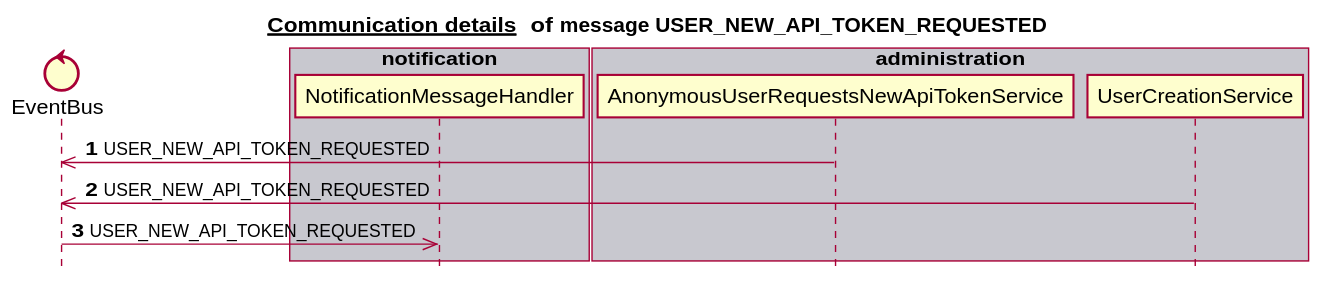
Before: docs/latest/images/gen_domain_messaging_user_new_api_token_requested.svg, a diagram exported from PlantUML (mercedes-benz/sechub).
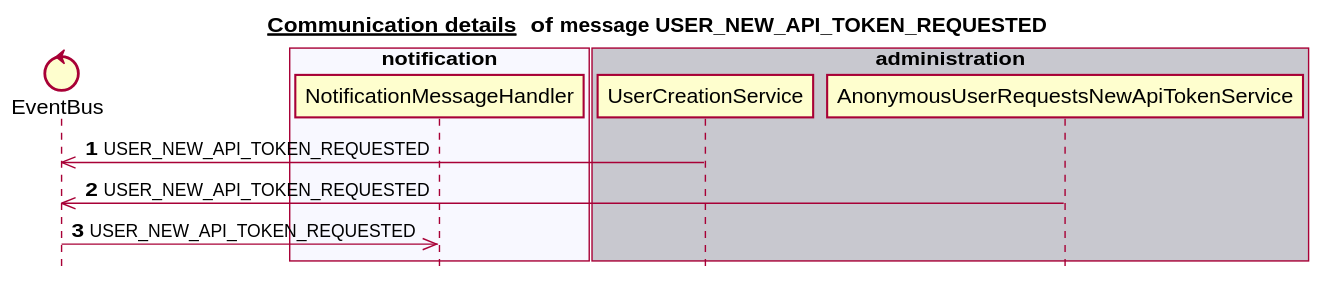
Above is the later version.

Change to the diagram source:
```diff
@@ -6,22 +6,22 @@
 
 
 control EventBus
-box "notification" #C8C8CF
-   participant NotificationMessageHandler
-end box
-box "authorization" #F8F8FF
-end box
-box "administration" #C8C8CF
-   participant AnonymousUserRequestsNewApiTokenService
-   participant UserCreationService
+box "scan" #C8C8CF
 end box
 box "schedule" #F8F8FF
 end box
-box "scan" #C8C8CF
+box "authorization" #C8C8CF
+end box
+box "notification" #F8F8FF
+   participant NotificationMessageHandler
+end box
+box "administration" #C8C8CF
+   participant UserCreationService
+   participant AnonymousUserRequestsNewApiTokenService
 end box
 autonumber 1
+UserCreationService ->> EventBus:USER_NEW_API_TOKEN_REQUESTED
 AnonymousUserRequestsNewApiTokenService ->> EventBus:USER_NEW_API_TOKEN_REQUESTED
-UserCreationService ->> EventBus:USER_NEW_API_TOKEN_REQUESTED
 EventBus ->> NotificationMessageHandler:USER_NEW_API_TOKEN_REQUESTED
 autonumber stop
 
```
